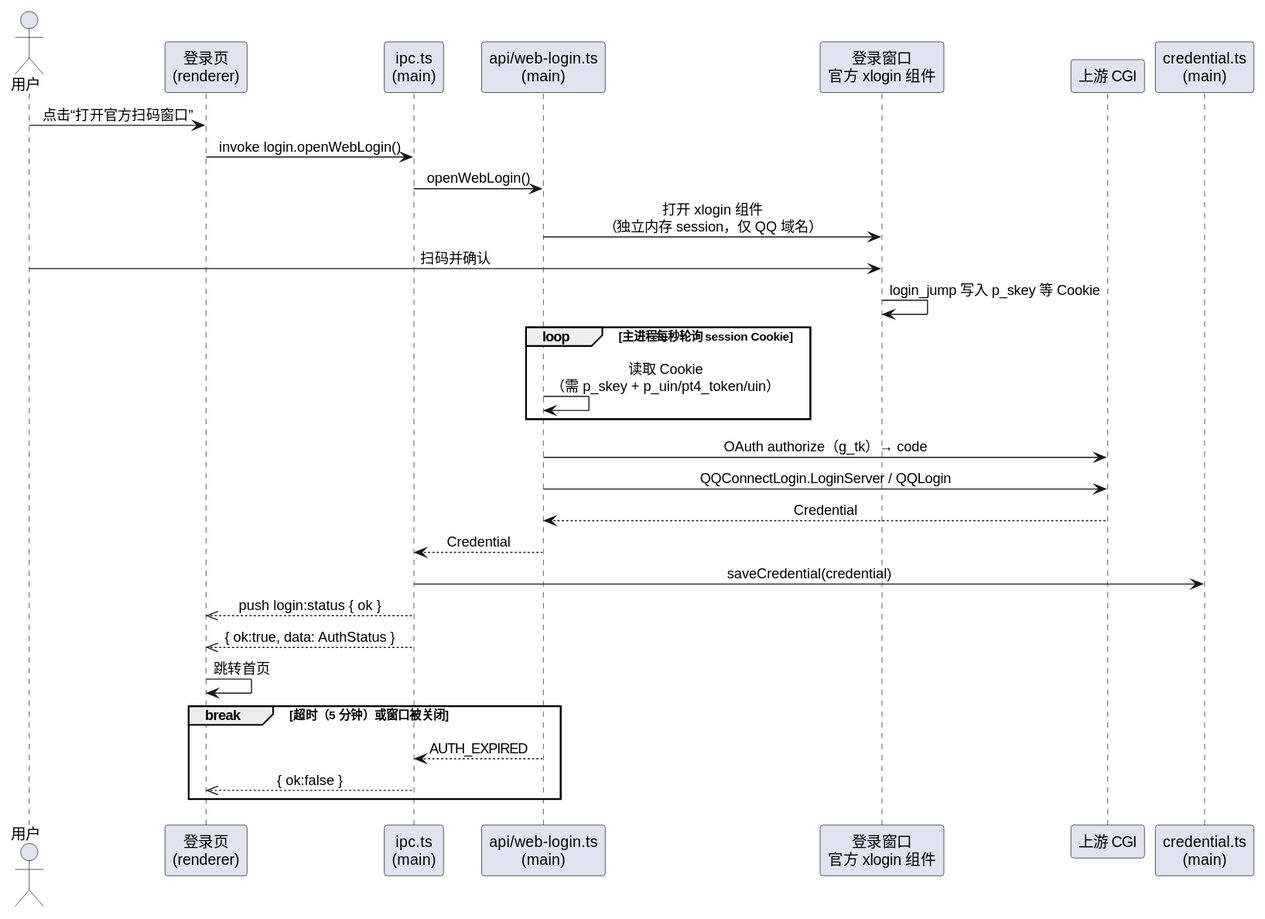
Above: diagram/seq-login.svg in 54m43lJ/LycheePlayer (PlantUML), before the change.
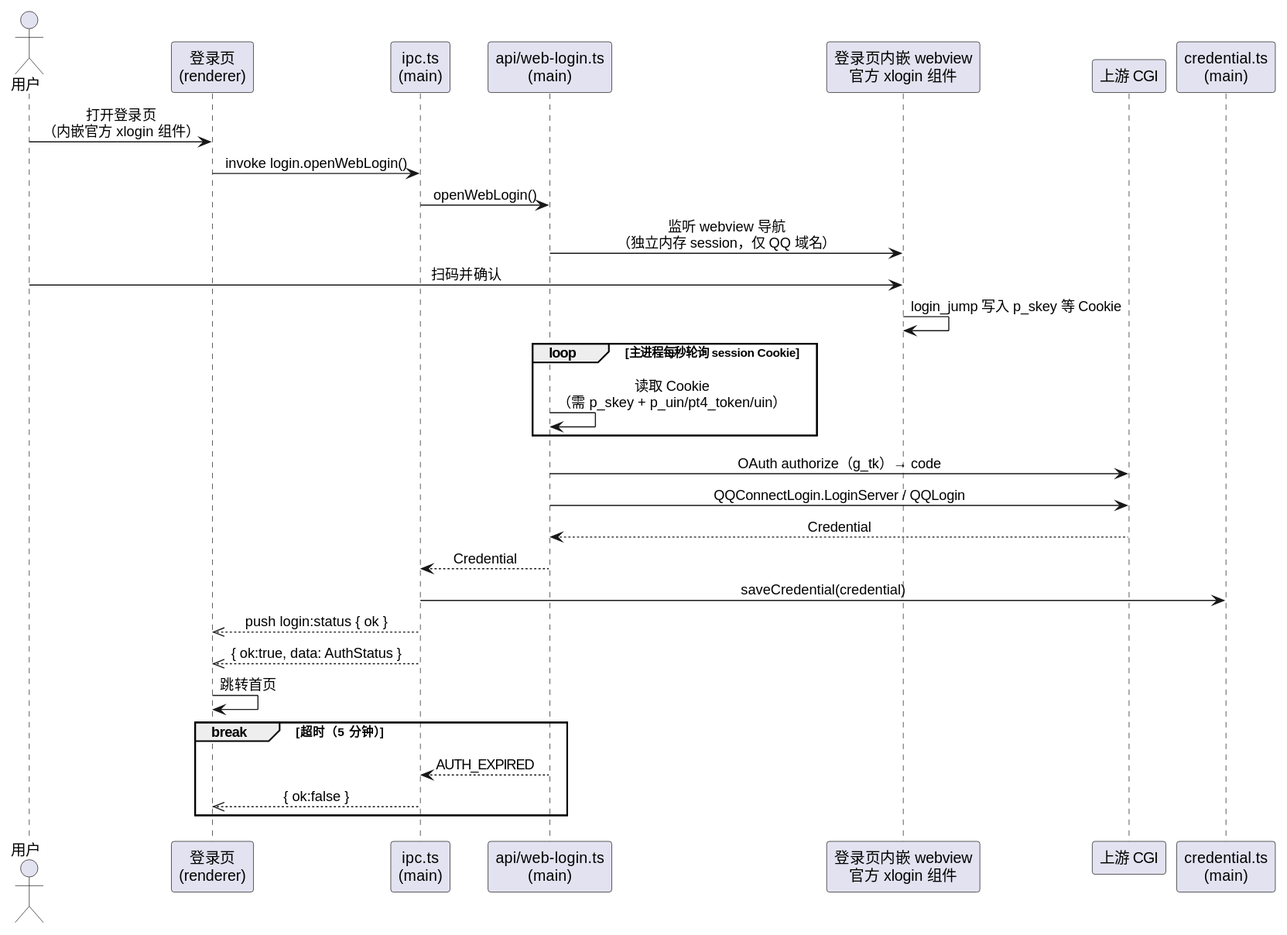
Later version of the same file.

Diff of the diagram source:
```diff
@@ -6,14 +6,14 @@
 participant "登录页\n(renderer)" as UI
 participant "ipc.ts\n(main)" as IPC
 participant "api/web-login.ts\n(main)" as WL
-participant "登录窗口\n官方 xlogin 组件" as XW
+participant "登录页内嵌 webview\n官方 xlogin 组件" as XW
 participant "上游 CGI" as UP
 participant "credential.ts\n(main)" as CR
 
-U -> UI : 点击“打开官方扫码窗口”
+U -> UI : 打开登录页\n（内嵌官方 xlogin 组件）
 UI -> IPC : invoke login.openWebLogin()
 IPC -> WL : openWebLogin()
-WL -> XW : 打开 xlogin 组件\n（独立内存 session，仅 QQ 域名）
+WL -> XW : 监听 webview 导航\n（独立内存 session，仅 QQ 域名）
 U -> XW : 扫码并确认
 XW -> XW : login_jump 写入 p_skey 等 Cookie
 
@@ -30,7 +30,7 @@
 IPC -->> UI : { ok:true, data: AuthStatus }
 UI -> UI : 跳转首页
 
-break 超时（5 分钟）或窗口被关闭
+break 超时（5 分钟）
   WL --> IPC : AUTH_EXPIRED
   IPC -->> UI : { ok:false }
 end
```
